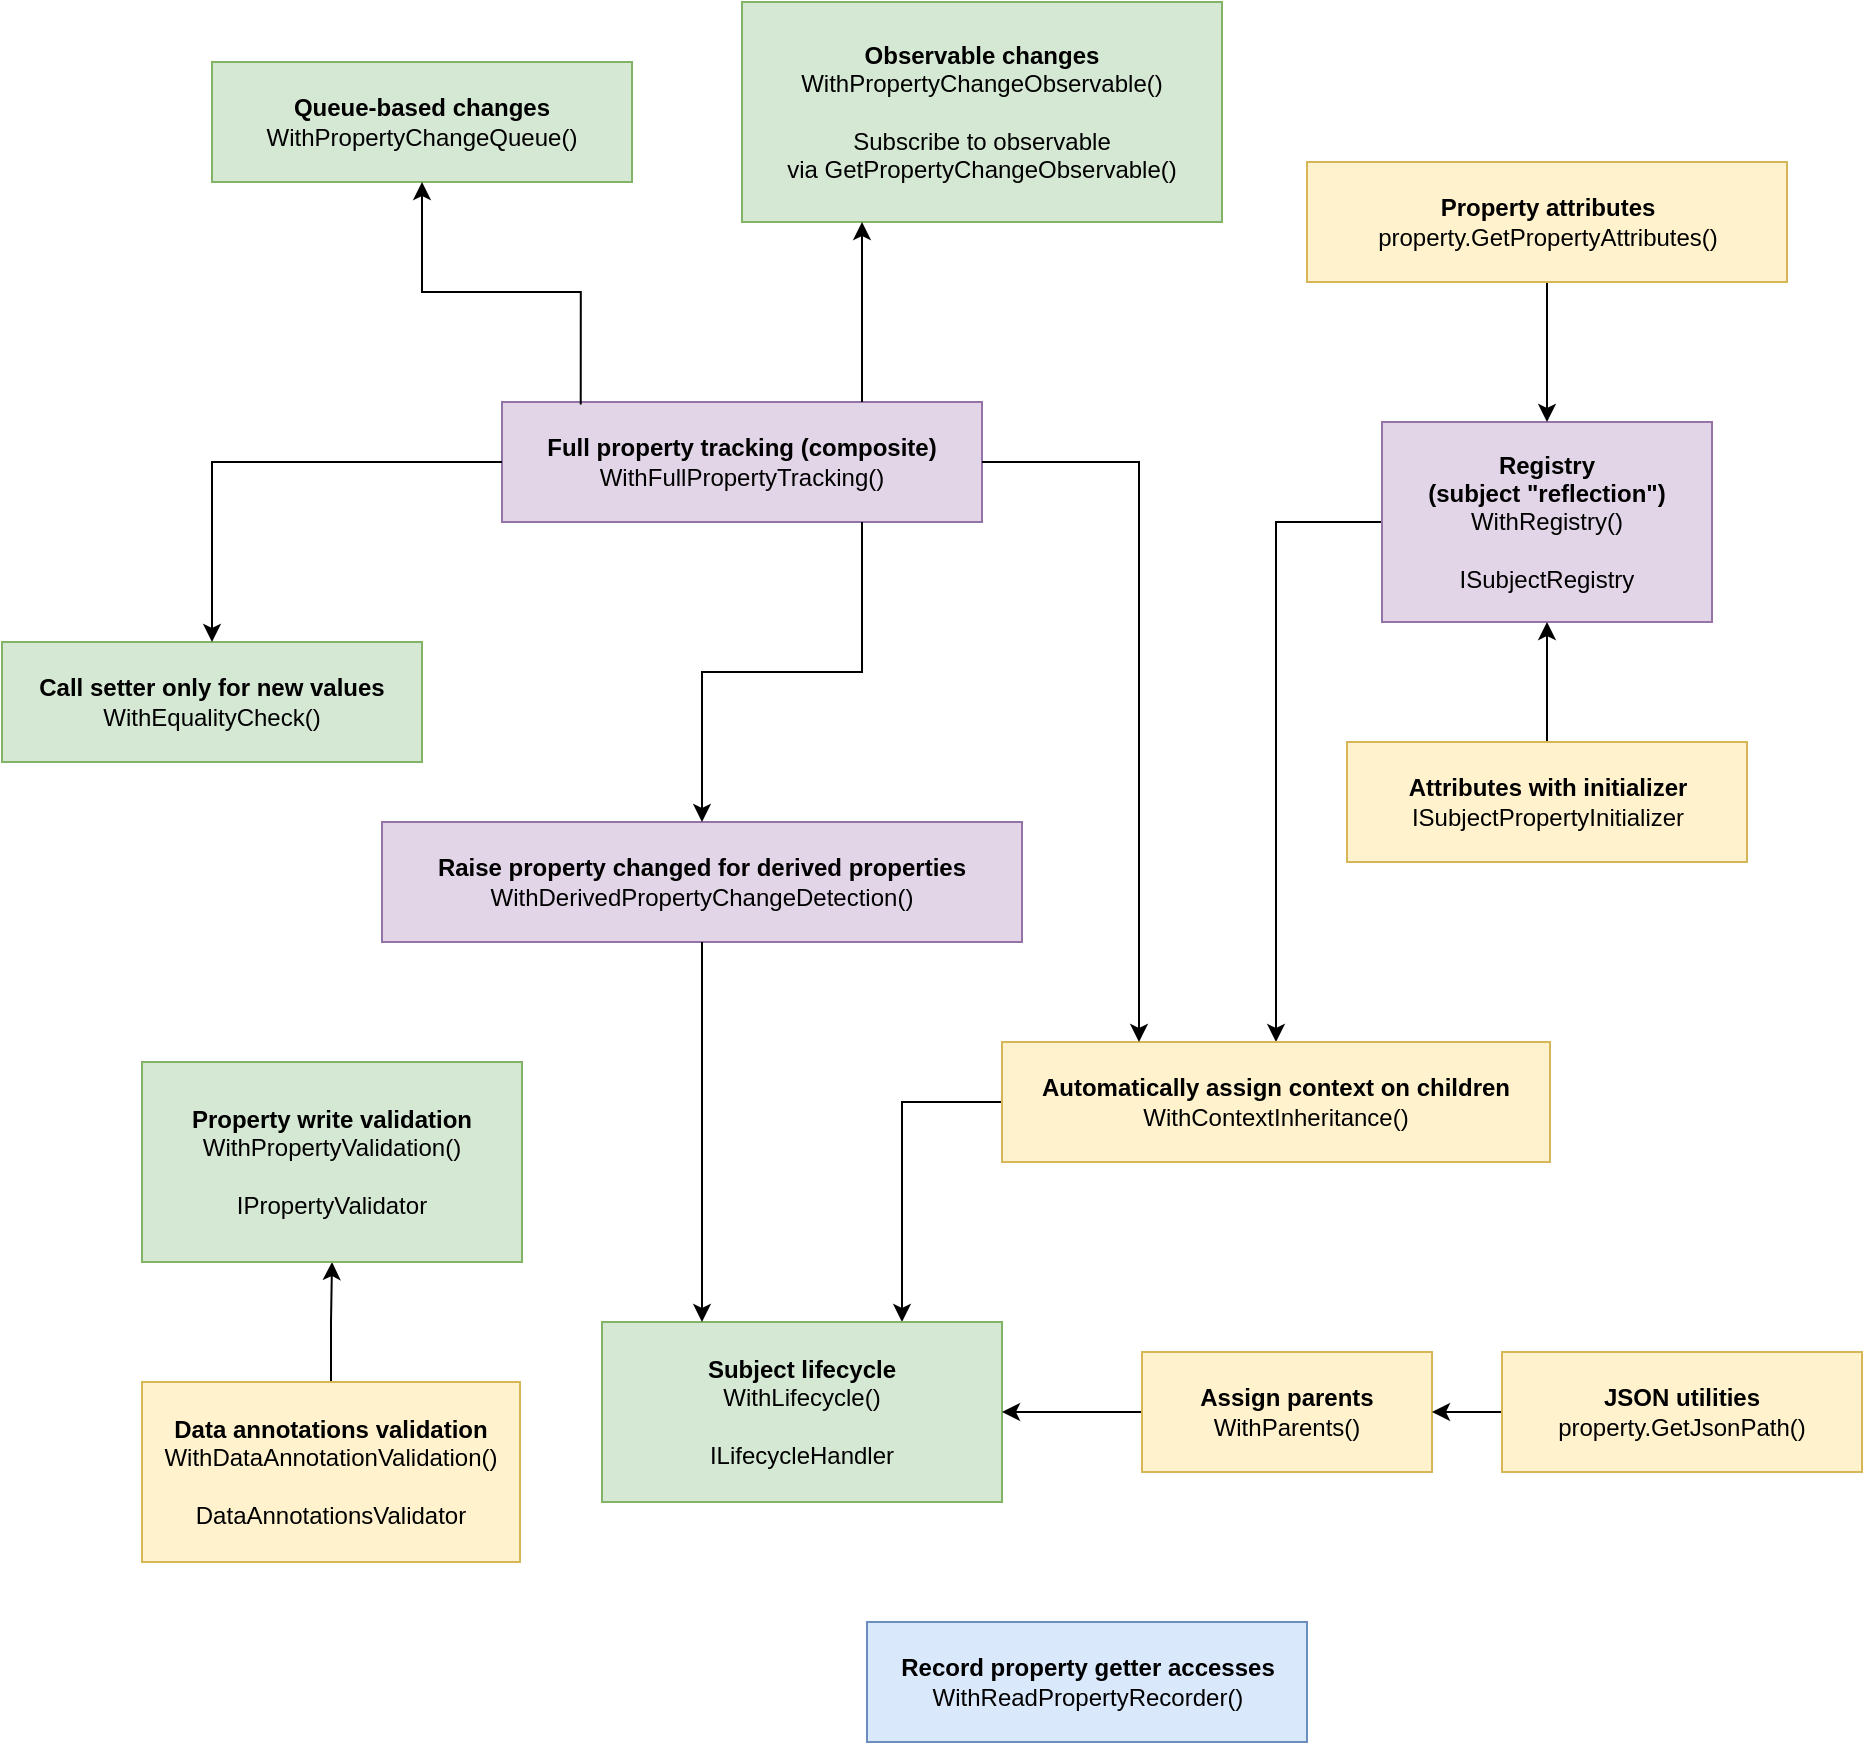
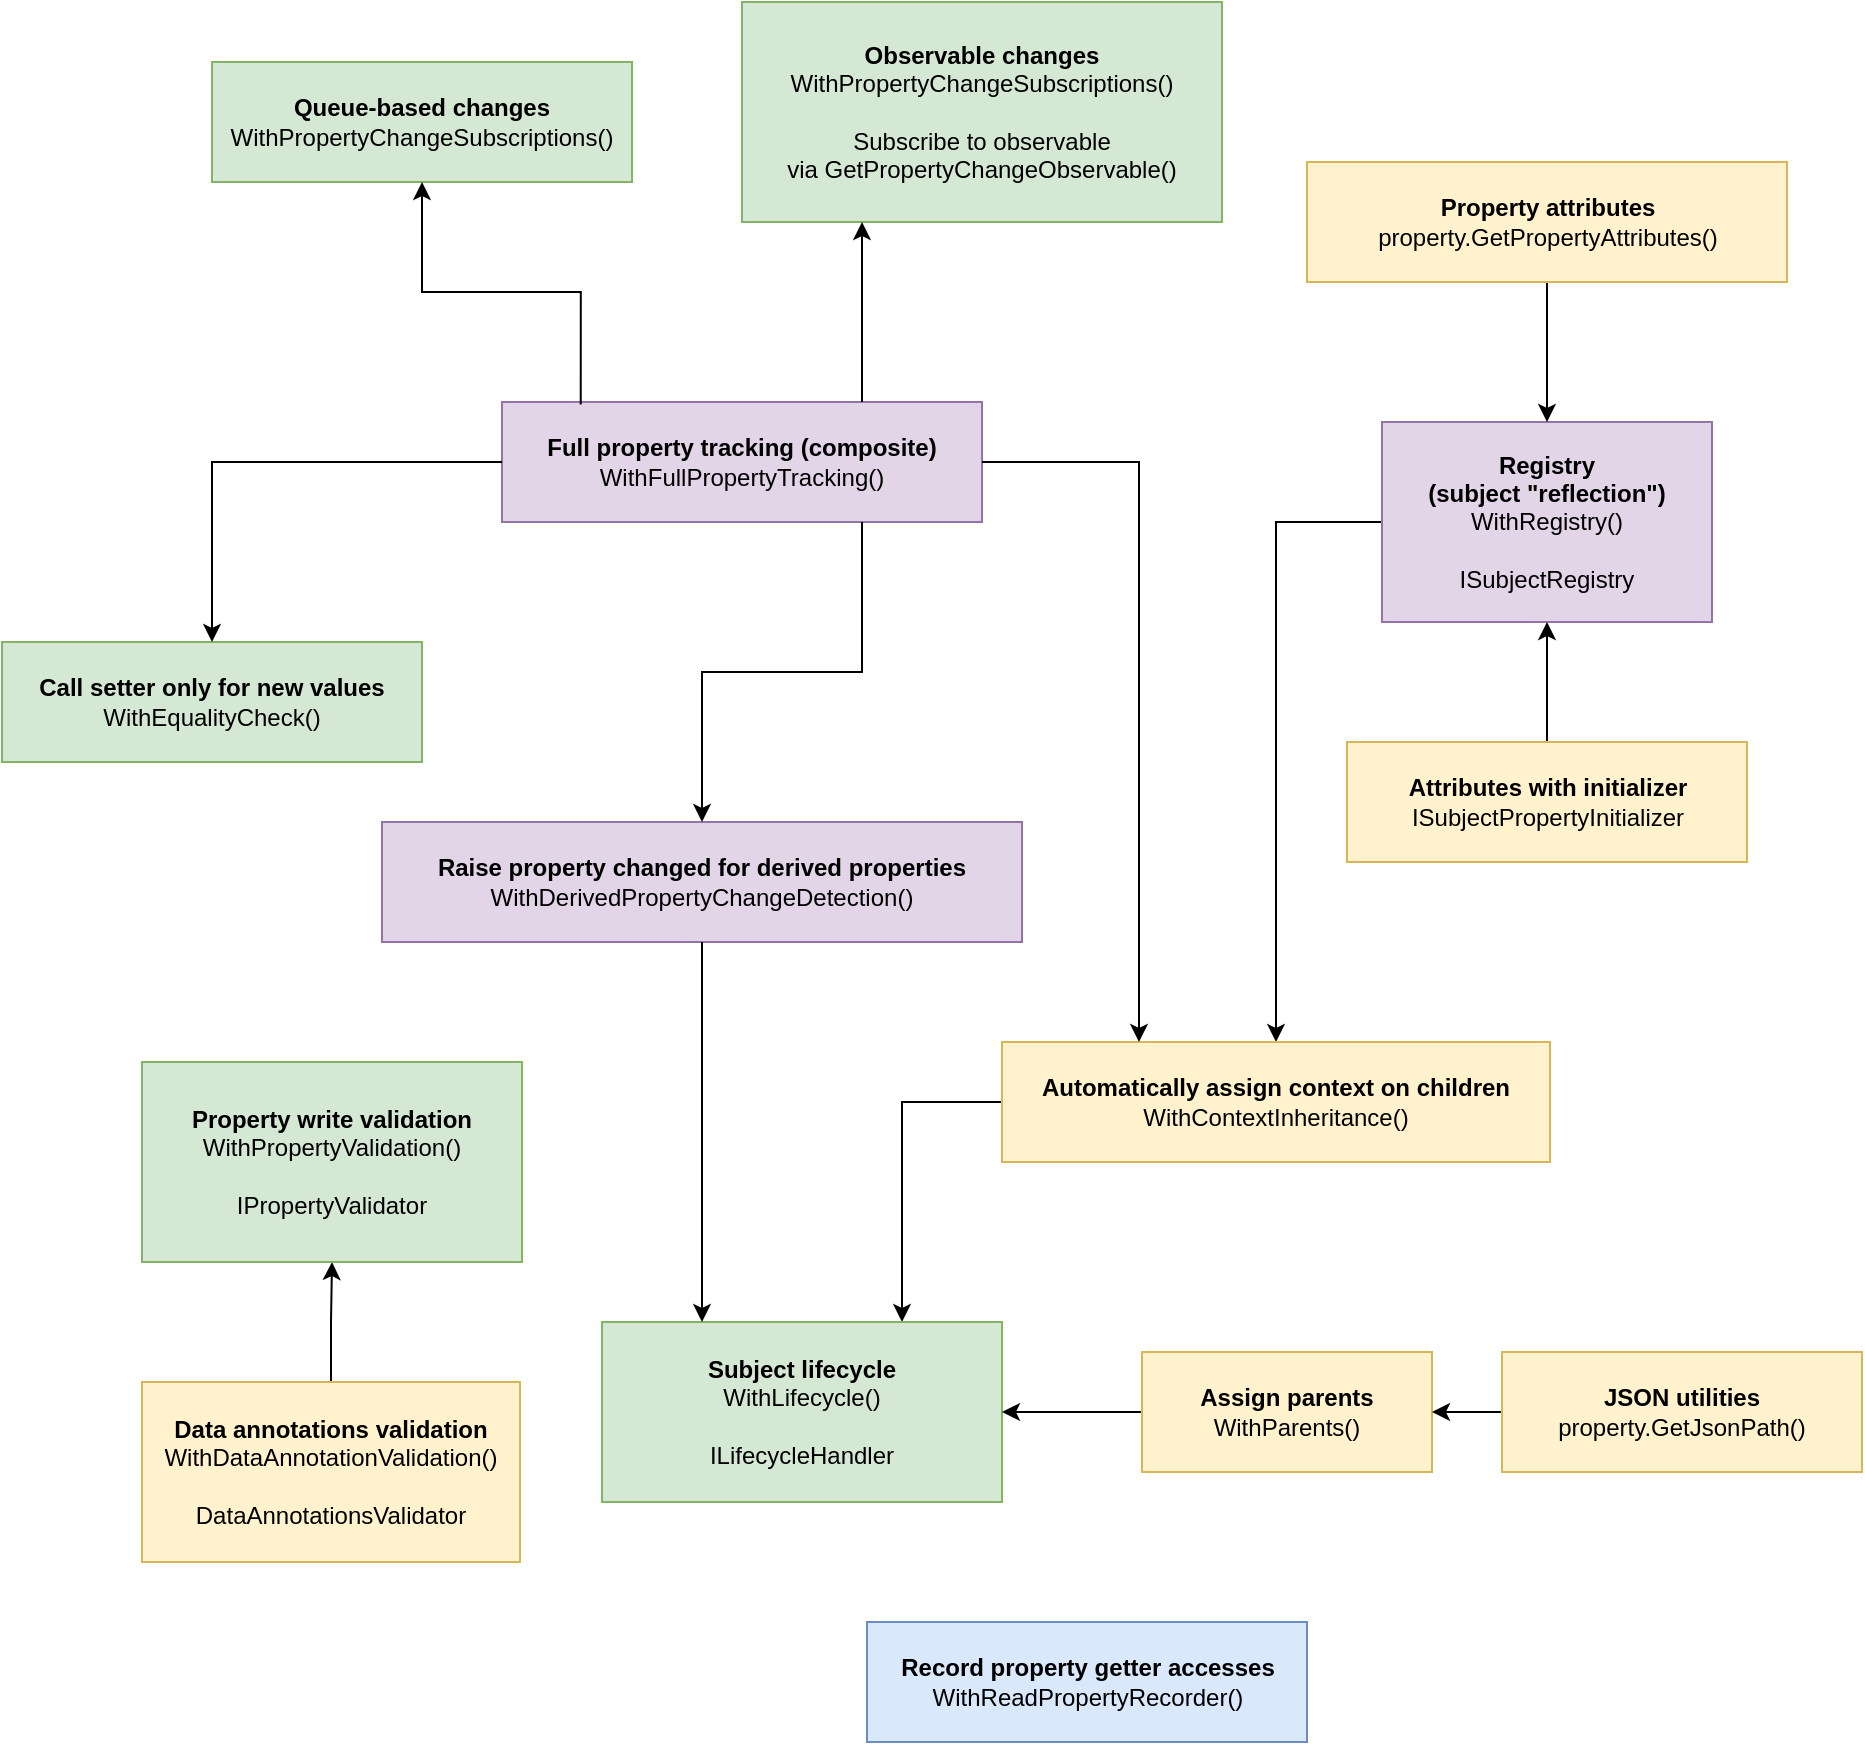
<mxfile host="Electron" agent="Mozilla/5.0 (Macintosh; Intel Mac OS X 10_15_7) AppleWebKit/537.36 (KHTML, like Gecko) draw.io/29.3.0 Chrome/140.0.7339.249 Electron/38.7.2 Safari/537.36" scale="1" border="0" version="29.3.0">
  <diagram name="Page-1" id="Akw01ZIGIV-2cNeXsqmA">
    <mxGraphModel dx="2468" dy="3304" grid="1" gridSize="10" guides="1" tooltips="1" connect="1" arrows="1" fold="1" page="1" pageScale="1" pageWidth="1169" pageHeight="1654" math="0" shadow="0">
      <root>
        <mxCell id="0" />
        <mxCell id="1" parent="0" />
        <mxCell id="d9BL-mROPcZ20sLbiVwK-7" edge="1" parent="1" source="d9BL-mROPcZ20sLbiVwK-6" style="edgeStyle=orthogonalEdgeStyle;rounded=0;orthogonalLoop=1;jettySize=auto;html=1;entryX=0.5;entryY=1;entryDx=0;entryDy=0;" target="d9BL-mROPcZ20sLbiVwK-3">
          <mxGeometry relative="1" as="geometry" />
        </mxCell>
        <mxCell id="d9BL-mROPcZ20sLbiVwK-3" parent="1" style="rounded=0;whiteSpace=wrap;html=1;fillColor=#d5e8d4;strokeColor=#82b366;" value="&lt;div&gt;&lt;b&gt;Property write validation&lt;/b&gt;&lt;/div&gt;&lt;div&gt;WithPropertyValidation()&lt;/div&gt;&lt;div&gt;&lt;br&gt;&lt;/div&gt;IPropertyValidator" vertex="1">
          <mxGeometry height="100" width="190" x="180" y="280" as="geometry" />
        </mxCell>
        <mxCell id="d9BL-mROPcZ20sLbiVwK-6" parent="1" style="rounded=0;whiteSpace=wrap;html=1;fillColor=#fff2cc;strokeColor=#d6b656;" value="&lt;div&gt;&lt;b&gt;&lt;span style=&quot;background-color: initial;&quot;&gt;Data annotations validation&lt;/span&gt;&lt;/b&gt;&lt;/div&gt;&lt;div&gt;&lt;span style=&quot;background-color: initial;&quot;&gt;WithDataAnnotationValidation()&lt;/span&gt;&lt;br&gt;&lt;/div&gt;&lt;div&gt;&lt;br&gt;&lt;/div&gt;DataAnnotationsValidator" vertex="1">
          <mxGeometry height="90" width="189" x="180" y="440" as="geometry" />
        </mxCell>
        <mxCell id="d9BL-mROPcZ20sLbiVwK-11" edge="1" parent="1" source="d9BL-mROPcZ20sLbiVwK-8" style="edgeStyle=orthogonalEdgeStyle;rounded=0;orthogonalLoop=1;jettySize=auto;html=1;entryX=0.5;entryY=0;entryDx=0;entryDy=0;exitX=0;exitY=0.5;exitDx=0;exitDy=0;" target="d9BL-mROPcZ20sLbiVwK-12">
          <mxGeometry relative="1" as="geometry" />
        </mxCell>
        <mxCell id="d9BL-mROPcZ20sLbiVwK-8" parent="1" style="rounded=0;whiteSpace=wrap;html=1;fillColor=#e1d5e7;strokeColor=#9673a6;" value="&lt;b&gt;Registry &lt;br&gt;(subject &quot;reflection&quot;)&lt;/b&gt;&lt;div&gt;WithRegistry()&lt;/div&gt;&lt;div&gt;&lt;br&gt;&lt;div&gt;ISubjectRegistry&lt;br&gt;&lt;/div&gt;&lt;/div&gt;" vertex="1">
          <mxGeometry height="100" width="165" x="800" y="-40" as="geometry" />
        </mxCell>
        <mxCell id="d9BL-mROPcZ20sLbiVwK-13" edge="1" parent="1" source="d9BL-mROPcZ20sLbiVwK-12" style="edgeStyle=orthogonalEdgeStyle;rounded=0;orthogonalLoop=1;jettySize=auto;html=1;entryX=0.75;entryY=0;entryDx=0;entryDy=0;exitX=0;exitY=0.5;exitDx=0;exitDy=0;" target="d9BL-mROPcZ20sLbiVwK-9">
          <mxGeometry relative="1" as="geometry">
            <Array as="points">
              <mxPoint x="560" y="300" />
            </Array>
          </mxGeometry>
        </mxCell>
        <mxCell id="d9BL-mROPcZ20sLbiVwK-9" parent="1" style="rounded=0;whiteSpace=wrap;html=1;fillColor=#d5e8d4;strokeColor=#82b366;" value="&lt;div&gt;&lt;b&gt;Subject lifecycle&lt;/b&gt;&lt;/div&gt;&lt;div&gt;WithLifecycle()&lt;br&gt;&lt;/div&gt;&lt;div&gt;&lt;br&gt;&lt;/div&gt;ILifecycleHandler" vertex="1">
          <mxGeometry height="90" width="200" x="410" y="410" as="geometry" />
        </mxCell>
        <mxCell id="d9BL-mROPcZ20sLbiVwK-12" parent="1" style="rounded=0;whiteSpace=wrap;html=1;fillColor=#fff2cc;strokeColor=#d6b656;" value="&lt;div&gt;&lt;b&gt;Automatically assign context on children&lt;/b&gt;&lt;/div&gt;WithContextInheritance()" vertex="1">
          <mxGeometry height="60" width="274" x="610" y="270" as="geometry" />
        </mxCell>
        <mxCell id="d9BL-mROPcZ20sLbiVwK-15" edge="1" parent="1" source="d9BL-mROPcZ20sLbiVwK-14" style="edgeStyle=orthogonalEdgeStyle;rounded=0;orthogonalLoop=1;jettySize=auto;html=1;entryX=1;entryY=0.5;entryDx=0;entryDy=0;" target="d9BL-mROPcZ20sLbiVwK-9">
          <mxGeometry relative="1" as="geometry" />
        </mxCell>
        <mxCell id="d9BL-mROPcZ20sLbiVwK-14" parent="1" style="rounded=0;whiteSpace=wrap;html=1;fillColor=#fff2cc;strokeColor=#d6b656;" value="&lt;div&gt;&lt;b&gt;Assign parents&lt;/b&gt;&lt;/div&gt;WithParents()" vertex="1">
          <mxGeometry height="60" width="145" x="680" y="425" as="geometry" />
        </mxCell>
-         <mxCell id="d9BL-mROPcZ20sLbiVwK-16" parent="1" style="rounded=0;whiteSpace=wrap;html=1;fillColor=#d5e8d4;strokeColor=#82b366;" value="&lt;div&gt;&lt;span style=&quot;background-color: initial;&quot;&gt;&lt;b&gt;Observable changes&lt;/b&gt;&lt;/span&gt;&lt;/div&gt;&lt;div&gt;&lt;span style=&quot;background-color: transparent;&quot;&gt;WithPropertyChangeObservable&lt;/span&gt;&lt;span style=&quot;background-color: initial;&quot;&gt;()&lt;/span&gt;&lt;br&gt;&lt;/div&gt;&lt;div&gt;&lt;br&gt;&lt;/div&gt;&lt;div&gt;Subscribe to observable via&amp;nbsp;GetPropertyChangeObservable()&lt;/div&gt;" vertex="1">
+         <mxCell id="d9BL-mROPcZ20sLbiVwK-16" parent="1" style="rounded=0;whiteSpace=wrap;html=1;fillColor=#d5e8d4;strokeColor=#82b366;" value="&lt;div&gt;&lt;span style=&quot;background-color: initial;&quot;&gt;&lt;b&gt;Observable changes&lt;/b&gt;&lt;/span&gt;&lt;/div&gt;&lt;div&gt;&lt;span style=&quot;background-color: transparent;&quot;&gt;WithPropertyChangeSubscriptions&lt;/span&gt;&lt;span style=&quot;background-color: initial;&quot;&gt;()&lt;/span&gt;&lt;br&gt;&lt;/div&gt;&lt;div&gt;&lt;br&gt;&lt;/div&gt;&lt;div&gt;Subscribe to observable via&amp;nbsp;GetPropertyChangeObservable()&lt;/div&gt;" vertex="1">
          <mxGeometry height="110" width="240" x="480" y="-250" as="geometry" />
        </mxCell>
        <mxCell id="d9BL-mROPcZ20sLbiVwK-19" parent="1" style="rounded=0;whiteSpace=wrap;html=1;fillColor=#dae8fc;strokeColor=#6c8ebf;" value="&lt;div&gt;&lt;b&gt;Record property getter accesses&lt;/b&gt;&lt;/div&gt;WithReadPropertyRecorder()" vertex="1">
          <mxGeometry height="60" width="220" x="542.5" y="560" as="geometry" />
        </mxCell>
        <mxCell id="d9BL-mROPcZ20sLbiVwK-24" parent="1" style="rounded=0;whiteSpace=wrap;html=1;fillColor=#e1d5e7;strokeColor=#9673a6;" value="&lt;div&gt;&lt;b&gt;Raise property changed for derived properties&lt;/b&gt;&lt;/div&gt;WithDerivedPropertyChangeDetection()" vertex="1">
          <mxGeometry height="60" width="320" x="300" y="160" as="geometry" />
        </mxCell>
        <mxCell id="d9BL-mROPcZ20sLbiVwK-38" edge="1" parent="1" source="d9BL-mROPcZ20sLbiVwK-24" style="edgeStyle=orthogonalEdgeStyle;rounded=0;orthogonalLoop=1;jettySize=auto;html=1;entryX=0.25;entryY=0;entryDx=0;entryDy=0;" target="d9BL-mROPcZ20sLbiVwK-9">
          <mxGeometry relative="1" as="geometry" />
        </mxCell>
        <mxCell id="d9BL-mROPcZ20sLbiVwK-28" parent="1" style="rounded=0;whiteSpace=wrap;html=1;fillColor=#d5e8d4;strokeColor=#82b366;" value="&lt;div&gt;&lt;b&gt;Call setter only for new values&lt;/b&gt;&lt;/div&gt;WithEqualityCheck()" vertex="1">
          <mxGeometry height="60" width="210" x="110" y="70" as="geometry" />
        </mxCell>
        <mxCell id="d9BL-mROPcZ20sLbiVwK-32" edge="1" parent="1" source="d9BL-mROPcZ20sLbiVwK-31" style="edgeStyle=orthogonalEdgeStyle;rounded=0;orthogonalLoop=1;jettySize=auto;html=1;entryX=1;entryY=0.5;entryDx=0;entryDy=0;" target="d9BL-mROPcZ20sLbiVwK-14">
          <mxGeometry relative="1" as="geometry" />
        </mxCell>
        <mxCell id="d9BL-mROPcZ20sLbiVwK-31" parent="1" style="rounded=0;whiteSpace=wrap;html=1;fillColor=#fff2cc;strokeColor=#d6b656;" value="&lt;b&gt;JSON utilities&lt;/b&gt;&lt;br&gt;property.GetJsonPath()" vertex="1">
          <mxGeometry height="60" width="180" x="860" y="425" as="geometry" />
        </mxCell>
        <mxCell id="d9BL-mROPcZ20sLbiVwK-37" edge="1" parent="1" source="d9BL-mROPcZ20sLbiVwK-36" style="edgeStyle=orthogonalEdgeStyle;rounded=0;orthogonalLoop=1;jettySize=auto;html=1;entryX=0.5;entryY=0;entryDx=0;entryDy=0;exitX=0.5;exitY=1;exitDx=0;exitDy=0;" target="d9BL-mROPcZ20sLbiVwK-8">
          <mxGeometry relative="1" as="geometry">
            <Array as="points">
              <mxPoint x="880" y="-140" />
              <mxPoint x="880" y="-120" />
              <mxPoint x="883" y="-120" />
            </Array>
            <mxPoint x="1017.5" y="-60" as="targetPoint" />
          </mxGeometry>
        </mxCell>
        <mxCell id="d9BL-mROPcZ20sLbiVwK-36" parent="1" style="rounded=0;whiteSpace=wrap;html=1;fillColor=#fff2cc;strokeColor=#d6b656;" value="&lt;b&gt;Property attributes&lt;/b&gt;&lt;div&gt;property.GetPropertyAttributes()&lt;/div&gt;" vertex="1">
          <mxGeometry height="60" width="240" x="762.5" y="-170" as="geometry" />
        </mxCell>
        <mxCell id="EaddW8LMifSNtddjIqRl-2" edge="1" parent="1" source="EaddW8LMifSNtddjIqRl-1" style="edgeStyle=orthogonalEdgeStyle;rounded=0;orthogonalLoop=1;jettySize=auto;html=1;entryX=0.5;entryY=1;entryDx=0;entryDy=0;" target="d9BL-mROPcZ20sLbiVwK-8">
          <mxGeometry relative="1" as="geometry">
            <mxPoint x="924" y="60" as="targetPoint" />
          </mxGeometry>
        </mxCell>
        <mxCell id="EaddW8LMifSNtddjIqRl-1" parent="1" style="rounded=0;whiteSpace=wrap;html=1;fillColor=#fff2cc;strokeColor=#d6b656;" value="&lt;div&gt;&lt;b&gt;Attributes with initializer&lt;/b&gt;&lt;/div&gt;ISubjectPropertyInitializer" vertex="1">
          <mxGeometry height="60" width="200" x="782.5" y="120" as="geometry" />
        </mxCell>
        <mxCell id="fullTracking-1" parent="1" style="rounded=0;whiteSpace=wrap;html=1;fillColor=#e1d5e7;strokeColor=#9673a6;" value="&lt;div&gt;&lt;b&gt;Full property tracking (composite)&lt;/b&gt;&lt;/div&gt;WithFullPropertyTracking()" vertex="1">
          <mxGeometry height="60" width="240" x="360" y="-50" as="geometry" />
        </mxCell>
        <mxCell id="fullTracking-2" edge="1" parent="1" source="fullTracking-1" style="edgeStyle=orthogonalEdgeStyle;rounded=0;orthogonalLoop=1;jettySize=auto;html=1;entryX=0.5;entryY=0;entryDx=0;entryDy=0;exitX=0;exitY=0.5;exitDx=0;exitDy=0;" target="d9BL-mROPcZ20sLbiVwK-28">
          <mxGeometry relative="1" as="geometry" />
        </mxCell>
        <mxCell id="fullTracking-3" edge="1" parent="1" source="fullTracking-1" style="edgeStyle=orthogonalEdgeStyle;rounded=0;orthogonalLoop=1;jettySize=auto;html=1;entryX=0.5;entryY=0;entryDx=0;entryDy=0;exitX=0.75;exitY=1;exitDx=0;exitDy=0;" target="d9BL-mROPcZ20sLbiVwK-24">
          <mxGeometry relative="1" as="geometry" />
        </mxCell>
        <mxCell id="fullTracking-4" edge="1" parent="1" source="fullTracking-1" style="edgeStyle=orthogonalEdgeStyle;rounded=0;orthogonalLoop=1;jettySize=auto;html=1;entryX=0.25;entryY=1;entryDx=0;entryDy=0;exitX=0.75;exitY=0;exitDx=0;exitDy=0;" target="d9BL-mROPcZ20sLbiVwK-16">
          <mxGeometry relative="1" as="geometry" />
        </mxCell>
        <mxCell id="fullTracking-5" edge="1" parent="1" source="fullTracking-1" style="edgeStyle=orthogonalEdgeStyle;rounded=0;orthogonalLoop=1;jettySize=auto;html=1;entryX=0.25;entryY=0;entryDx=0;entryDy=0;" target="d9BL-mROPcZ20sLbiVwK-12">
          <mxGeometry relative="1" as="geometry" />
        </mxCell>
-         <mxCell id="changeQueue-1" parent="1" style="rounded=0;whiteSpace=wrap;html=1;fillColor=#d5e8d4;strokeColor=#82b366;" value="&lt;div&gt;&lt;b&gt;Queue-based changes&lt;/b&gt;&lt;/div&gt;WithPropertyChangeQueue()" vertex="1">
+         <mxCell id="changeQueue-1" parent="1" style="rounded=0;whiteSpace=wrap;html=1;fillColor=#d5e8d4;strokeColor=#82b366;" value="&lt;div&gt;&lt;b&gt;Queue-based changes&lt;/b&gt;&lt;/div&gt;WithPropertyChangeSubscriptions()" vertex="1">
          <mxGeometry height="60" width="210" x="215" y="-220" as="geometry" />
        </mxCell>
        <mxCell id="fullTracking-6" edge="1" parent="1" source="fullTracking-1" style="edgeStyle=orthogonalEdgeStyle;rounded=0;orthogonalLoop=1;jettySize=auto;html=1;entryX=0.5;entryY=1;entryDx=0;entryDy=0;exitX=0.164;exitY=0.02;exitDx=0;exitDy=0;exitPerimeter=0;" target="changeQueue-1">
          <mxGeometry relative="1" as="geometry" />
        </mxCell>
      </root>
    </mxGraphModel>
  </diagram>
</mxfile>
